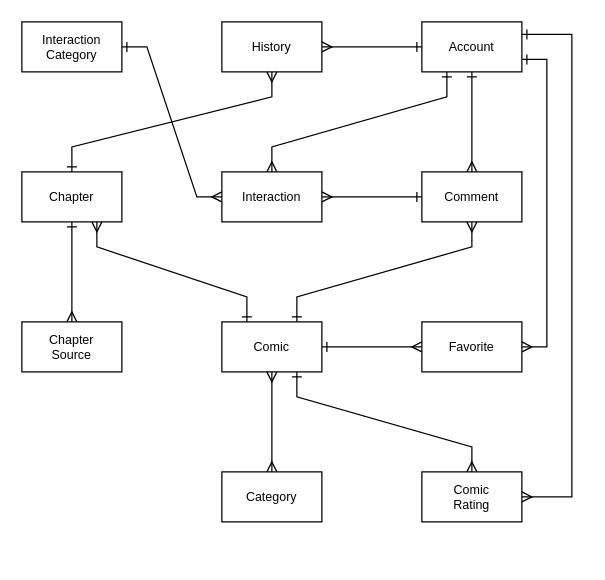
hiepquoc0607/OnComics keeps this draw.io diagram as page "Concept" (1 of 2) of OnComics.Scripts/OnComics-ERD-Diagram.drawio. Above is the earlier version. Source tidied: cells renumbered, new cells numbered last; positions are measured from the earlier drawing's top-left corner, leaving out a move shared by most shapes. Both pictures are drawn from the tidied source at 125%, with x=0, y=0 at pixel (21, 21).
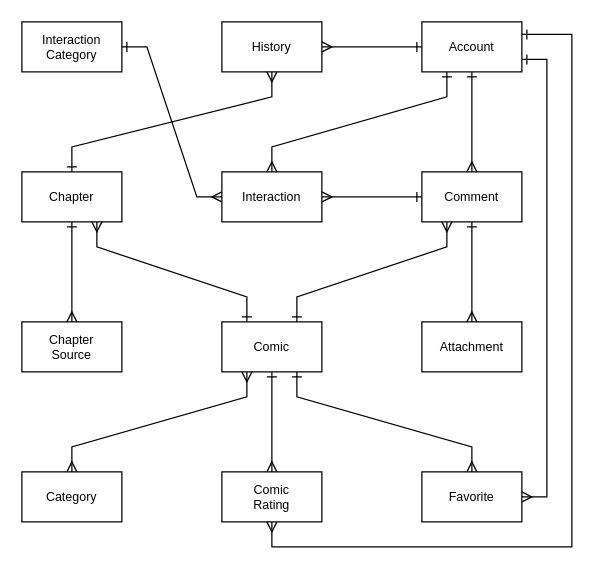
The same diagram, later.

The change refers to these unchanged cells:
```xml
<mxCell id="2" value="Account" style="rounded=0;whiteSpace=wrap;html=1;fontSize=10;" parent="1" vertex="1">
  <mxGeometry x="320" width="80" height="40" as="geometry" />
</mxCell>
<mxCell id="3" value="Comic" style="rounded=0;whiteSpace=wrap;html=1;fontSize=10;" parent="1" vertex="1">
  <mxGeometry x="160" y="240" width="80" height="40" as="geometry" />
</mxCell>
<mxCell id="6" value="Comment" style="rounded=0;whiteSpace=wrap;html=1;fontSize=10;" parent="1" vertex="1">
  <mxGeometry x="320" y="120" width="80" height="40" as="geometry" />
</mxCell>
```

What changed in the source:
```diff
@@
     <mxCell id="4" value="Favorite" style="rounded=0;whiteSpace=wrap;html=1;fontSize=10;" parent="1" vertex="1">
-      <mxGeometry x="320" y="240" width="80" height="40" as="geometry" />
+      <mxGeometry x="320" y="360" width="80" height="40" as="geometry" />
     </mxCell>
@@
     <mxCell id="7" value="Category" style="rounded=0;whiteSpace=wrap;html=1;fontSize=10;" parent="1" vertex="1">
-      <mxGeometry x="160" y="360" width="80" height="40" as="geometry" />
+      <mxGeometry y="360" width="80" height="40" as="geometry" />
     </mxCell>
@@
-    <mxCell id="11" style="endArrow=ERmany;html=1;rounded=0;startArrow=ERmany;startFill=0;endFill=0;exitX=0.5;exitY=1;exitDx=0;exitDy=0;entryX=0.5;entryY=0;entryDx=0;entryDy=0;" parent="1" edge="1" source="3" target="7">
-      <mxGeometry relative="1" as="geometry" />
+    <mxCell id="11" style="endArrow=ERmany;html=1;rounded=0;startArrow=ERmany;startFill=0;endFill=0;exitX=0.25;exitY=1;exitDx=0;exitDy=0;entryX=0.5;entryY=0;entryDx=0;entryDy=0;" parent="1" edge="1" source="3" target="7">
+      <mxGeometry relative="1" as="geometry">
+        <Array as="points">
+          <mxPoint x="180" y="300" />
+          <mxPoint x="40" y="340" />
+        </Array>
+      </mxGeometry>
     </mxCell>
-    <mxCell id="12" style="endArrow=ERmany;html=1;rounded=0;startArrow=ERone;startFill=0;endFill=0;entryX=0;entryY=0.5;entryDx=0;entryDy=0;exitX=1;exitY=0.5;exitDx=0;exitDy=0;" parent="1" edge="1" source="3" target="4">
-      <mxGeometry relative="1" as="geometry" />
+    <mxCell id="12" style="endArrow=ERmany;html=1;rounded=0;startArrow=ERone;startFill=0;endFill=0;entryX=0.5;entryY=0;entryDx=0;entryDy=0;exitX=0.75;exitY=1;exitDx=0;exitDy=0;" parent="1" edge="1" source="3" target="4">
+      <mxGeometry relative="1" as="geometry">
+        <Array as="points">
+          <mxPoint x="220" y="300" />
+          <mxPoint x="360" y="340" />
+        </Array>
+      </mxGeometry>
     </mxCell>
     <mxCell id="13" style="endArrow=ERmany;html=1;rounded=0;startArrow=ERone;startFill=0;endFill=0;exitX=1;exitY=0.75;exitDx=0;exitDy=0;entryX=1;entryY=0.5;entryDx=0;entryDy=0;edgeStyle=orthogonalEdgeStyle;" parent="1" edge="1" source="2" target="4">
       <mxGeometry relative="1" as="geometry">
         <Array as="points">
           <mxPoint x="420" y="30" />
-          <mxPoint x="420" y="260" />
+          <mxPoint x="420" y="380" />
         </Array>
       </mxGeometry>
     </mxCell>
@@
-    <mxCell id="15" style="endArrow=ERmany;html=1;rounded=0;startArrow=ERone;startFill=0;endFill=0;entryX=0.5;entryY=1;entryDx=0;entryDy=0;exitX=0.75;exitY=0;exitDx=0;exitDy=0;" parent="1" edge="1" source="3" target="6">
+    <mxCell id="15" style="endArrow=ERmany;html=1;rounded=0;startArrow=ERone;startFill=0;endFill=0;entryX=0.25;entryY=1;entryDx=0;entryDy=0;exitX=0.75;exitY=0;exitDx=0;exitDy=0;" parent="1" edge="1" source="3" target="6">
       <mxGeometry relative="1" as="geometry">
         <Array as="points">
           <mxPoint x="220" y="220" />
-          <mxPoint x="360" y="180" />
+          <mxPoint x="340" y="180" />
         </Array>
       </mxGeometry>
     </mxCell>
@@
     <mxCell id="22" value="Comic&lt;div&gt;Rating&lt;/div&gt;" style="rounded=0;whiteSpace=wrap;html=1;fontSize=10;" parent="1" vertex="1">
-      <mxGeometry x="320" y="360" width="80" height="40" as="geometry" />
+      <mxGeometry x="160" y="360" width="80" height="40" as="geometry" />
     </mxCell>
-    <mxCell id="23" style="endArrow=ERmany;html=1;rounded=0;startArrow=ERone;startFill=0;endFill=0;entryX=0.5;entryY=0;entryDx=0;entryDy=0;exitX=0.75;exitY=1;exitDx=0;exitDy=0;" parent="1" edge="1" source="3" target="22">
-      <mxGeometry relative="1" as="geometry">
-        <Array as="points">
-          <mxPoint x="220" y="300" />
-          <mxPoint x="360" y="340" />
-        </Array>
-      </mxGeometry>
+    <mxCell id="23" style="endArrow=ERmany;html=1;rounded=0;startArrow=ERone;startFill=0;endFill=0;entryX=0.5;entryY=0;entryDx=0;entryDy=0;exitX=0.5;exitY=1;exitDx=0;exitDy=0;" parent="1" edge="1" source="3" target="22">
+      <mxGeometry relative="1" as="geometry" />
     </mxCell>
-    <mxCell id="24" style="endArrow=ERmany;html=1;rounded=0;startArrow=ERone;startFill=0;endFill=0;exitX=1;exitY=0.25;exitDx=0;exitDy=0;entryX=1;entryY=0.5;entryDx=0;entryDy=0;edgeStyle=orthogonalEdgeStyle;" parent="1" edge="1" source="2" target="22">
+    <mxCell id="24" style="endArrow=ERmany;html=1;rounded=0;startArrow=ERone;startFill=0;endFill=0;exitX=1;exitY=0.25;exitDx=0;exitDy=0;entryX=0.5;entryY=1;entryDx=0;entryDy=0;edgeStyle=orthogonalEdgeStyle;" parent="1" edge="1" source="2" target="22">
       <mxGeometry relative="1" as="geometry">
         <Array as="points">
           <mxPoint x="440" y="10" />
-          <mxPoint x="440" y="380" />
+          <mxPoint x="440" y="420" />
+          <mxPoint x="200" y="420" />
         </Array>
       </mxGeometry>
     </mxCell>
@@
+    <mxCell id="27" value="Attachment" style="rounded=0;whiteSpace=wrap;html=1;fontSize=10;" parent="1" vertex="1">
+      <mxGeometry x="320" y="240" width="80" height="40" as="geometry" />
+    </mxCell>
+    <mxCell id="28" style="endArrow=ERmany;html=1;rounded=0;startArrow=ERone;startFill=0;endFill=0;exitX=0.5;exitY=1;exitDx=0;exitDy=0;entryX=0.5;entryY=0;entryDx=0;entryDy=0;" parent="1" edge="1" source="6" target="27">
+      <mxGeometry relative="1" as="geometry" />
+    </mxCell>
```
